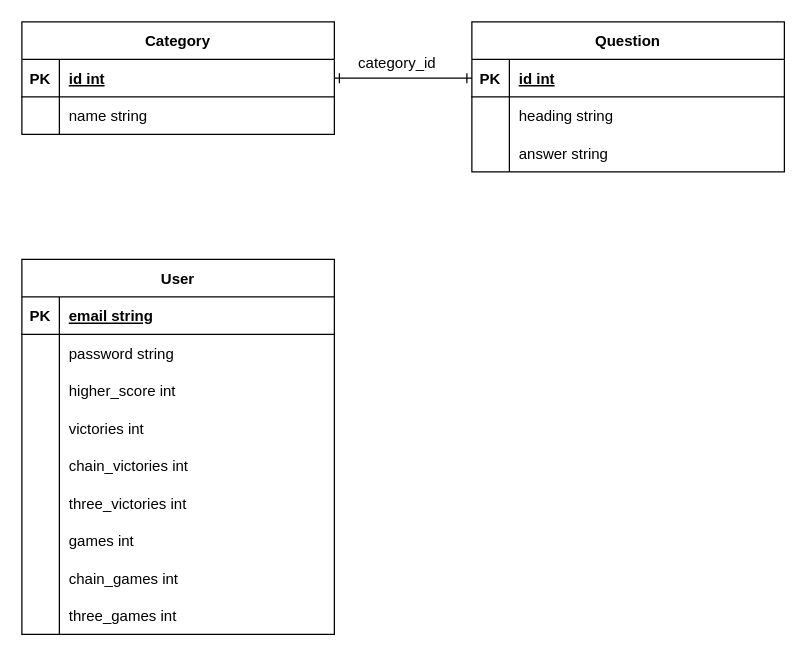
Timeuh/quizzture keeps this draw.io diagram as quizzture.drawio. Above is the earlier version. Source tidied: cells renumbered, new cells numbered last; positions are measured from the earlier drawing's top-left corner, leaving out a move shared by most shapes. Both pictures are drawn from the tidied source at 125%, with x=0, y=0 at pixel (21, 21).
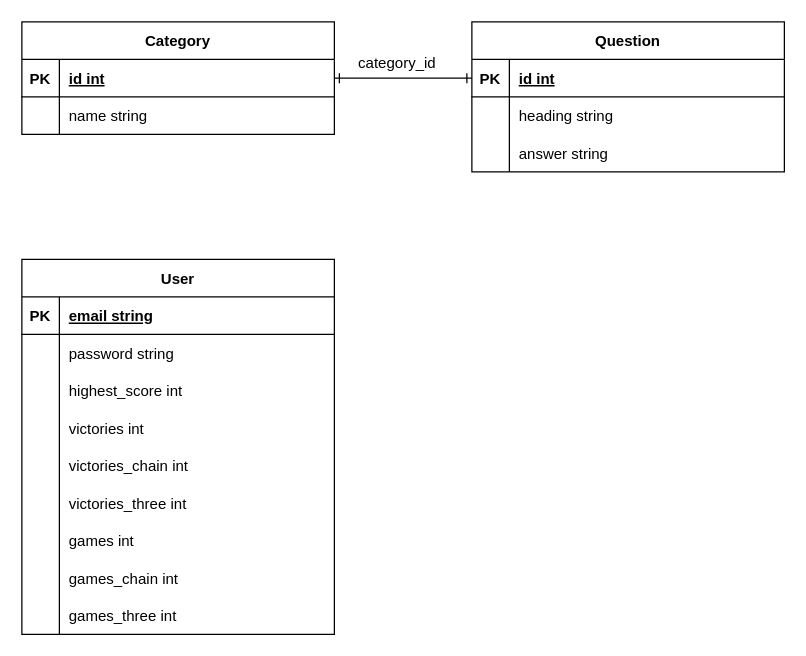
After the change.

Commit message:
♻️ change names in database schema

The change refers to these unchanged cells:
```xml
<mxCell id="27" style="shape=partialRectangle;fillColor=none;top=0;left=0;right=0;bottom=0;" parent="20" vertex="1">
  <mxGeometry y="90" width="250" height="30" as="geometry" />
</mxCell>
<mxCell id="33" style="shape=partialRectangle;fillColor=none;top=0;left=0;right=0;bottom=0;" parent="20" vertex="1">
  <mxGeometry y="150" width="250" height="30" as="geometry" />
</mxCell>
<mxCell id="36" style="shape=partialRectangle;fillColor=none;top=0;left=0;right=0;bottom=0;" parent="20" vertex="1">
  <mxGeometry y="180" width="250" height="30" as="geometry" />
</mxCell>
<mxCell id="42" style="shape=partialRectangle;fillColor=none;top=0;left=0;right=0;bottom=0;" parent="20" vertex="1">
  <mxGeometry y="240" width="250" height="30" as="geometry" />
</mxCell>
<mxCell id="45" style="shape=partialRectangle;fillColor=none;top=0;left=0;right=0;bottom=0;" parent="20" vertex="1">
  <mxGeometry y="270" width="250" height="30" as="geometry" />
</mxCell>
```

Change to the diagram source:
```diff
@@
-    <mxCell id="29" value="higher_score int" style="shape=partialRectangle;overflow=hidden;fillColor=none;top=0;left=0;bottom=0;right=0;align=left;spacingLeft=6;" parent="27" vertex="1">
+    <mxCell id="29" value="highest_score int" style="shape=partialRectangle;overflow=hidden;fillColor=none;top=0;left=0;bottom=0;right=0;align=left;spacingLeft=6;" parent="27" vertex="1">
       <mxGeometry x="30" width="220" height="30" as="geometry" />
     </mxCell>
@@
-    <mxCell id="35" value="chain_victories int" style="shape=partialRectangle;overflow=hidden;fillColor=none;top=0;left=0;bottom=0;right=0;align=left;spacingLeft=6;" parent="33" vertex="1">
+    <mxCell id="35" value="victories_chain int" style="shape=partialRectangle;overflow=hidden;fillColor=none;top=0;left=0;bottom=0;right=0;align=left;spacingLeft=6;" parent="33" vertex="1">
       <mxGeometry x="30" width="220" height="30" as="geometry" />
     </mxCell>
@@
-    <mxCell id="38" value="three_victories int" style="shape=partialRectangle;overflow=hidden;fillColor=none;top=0;left=0;bottom=0;right=0;align=left;spacingLeft=6;" parent="36" vertex="1">
+    <mxCell id="38" value="victories_three int" style="shape=partialRectangle;overflow=hidden;fillColor=none;top=0;left=0;bottom=0;right=0;align=left;spacingLeft=6;" parent="36" vertex="1">
       <mxGeometry x="30" width="220" height="30" as="geometry" />
     </mxCell>
@@
-    <mxCell id="44" value="chain_games int" style="shape=partialRectangle;overflow=hidden;fillColor=none;top=0;left=0;bottom=0;right=0;align=left;spacingLeft=6;" parent="42" vertex="1">
+    <mxCell id="44" value="games_chain int" style="shape=partialRectangle;overflow=hidden;fillColor=none;top=0;left=0;bottom=0;right=0;align=left;spacingLeft=6;" parent="42" vertex="1">
       <mxGeometry x="30" width="220" height="30" as="geometry" />
     </mxCell>
@@
-    <mxCell id="47" value="three_games int" style="shape=partialRectangle;overflow=hidden;fillColor=none;top=0;left=0;bottom=0;right=0;align=left;spacingLeft=6;" parent="45" vertex="1">
+    <mxCell id="47" value="games_three int" style="shape=partialRectangle;overflow=hidden;fillColor=none;top=0;left=0;bottom=0;right=0;align=left;spacingLeft=6;" parent="45" vertex="1">
       <mxGeometry x="30" width="220" height="30" as="geometry" />
     </mxCell>
```
